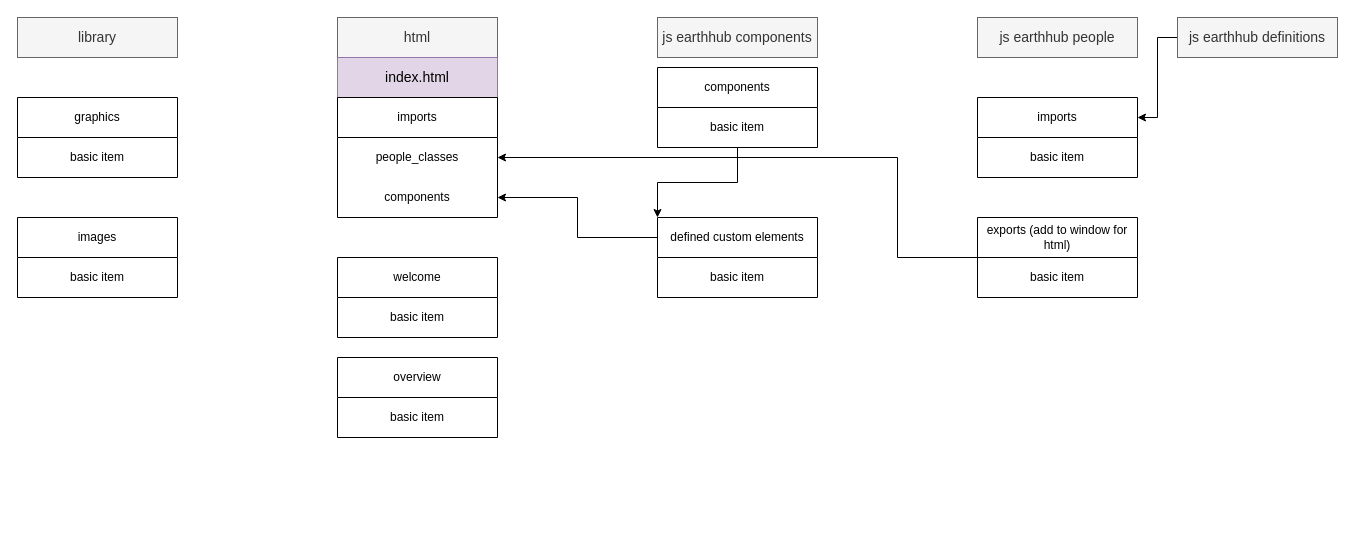
The draw.io diagram earthhub_app.drawio in KasparSoltero/earthhub, before the edit. Source tidied: cells renumbered, new cells numbered last; positions are measured from the earlier drawing's top-left corner, leaving out a move shared by most shapes. Both pictures are drawn from the tidied source at 100%, with x=0, y=0 at pixel (17, 17).
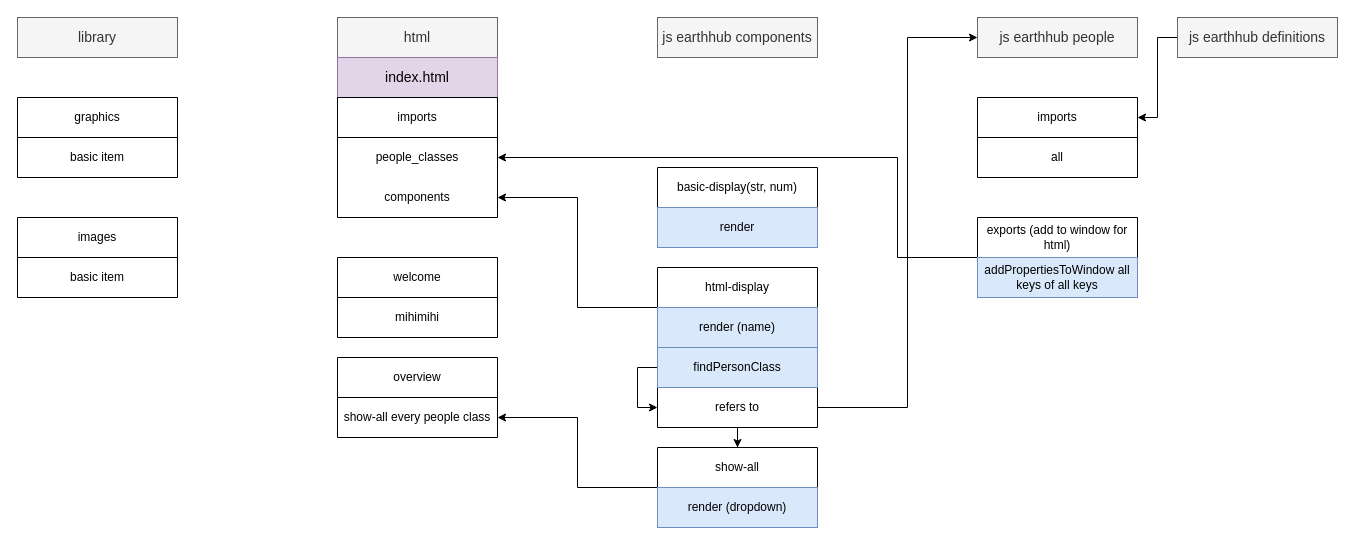
The same diagram, later.

The change refers to these unchanged cells:
```xml
<mxCell id="5" value="js earthhub&amp;nbsp;people" style="text;html=1;align=center;verticalAlign=middle;whiteSpace=wrap;rounded=0;fontSize=14;fontStyle=0;fillColor=#f5f5f5;fontColor=#333333;strokeColor=#666666;" parent="1" vertex="1">
  <mxGeometry x="960" width="160" height="40" as="geometry" />
</mxCell>
<mxCell id="9" value="welcome" style="swimlane;fontStyle=0;horizontal=1;startSize=40;whiteSpace=wrap;html=1;rounded=0;" parent="1" vertex="1">
  <mxGeometry x="320" y="240" width="160" height="80" as="geometry" />
</mxCell>
<mxCell id="11" value="overview" style="swimlane;fontStyle=0;horizontal=1;startSize=40;whiteSpace=wrap;html=1;rounded=0;" parent="1" vertex="1">
  <mxGeometry x="320" y="340" width="160" height="80" as="geometry" />
</mxCell>
<mxCell id="26" value="imports" style="swimlane;fontStyle=0;horizontal=1;startSize=40;whiteSpace=wrap;html=1;rounded=0;" parent="1" vertex="1">
  <mxGeometry x="960" y="80" width="160" height="80" as="geometry" />
</mxCell>
<mxCell id="29" value="exports (add to window for html)" style="swimlane;fontStyle=0;horizontal=1;startSize=40;whiteSpace=wrap;html=1;rounded=0;" parent="1" vertex="1">
  <mxGeometry x="960" y="200" width="160" height="80" as="geometry" />
</mxCell>
```

Diff of the diagram source:
```diff
@@
-    <mxCell id="10" value="basic item" style="text;html=1;strokeColor=none;fillColor=none;align=center;verticalAlign=middle;whiteSpace=wrap;rounded=0;" parent="9" vertex="1">
+    <mxCell id="10" value="mihimihi" style="text;html=1;strokeColor=none;fillColor=none;align=center;verticalAlign=middle;whiteSpace=wrap;rounded=0;" parent="9" vertex="1">
       <mxGeometry y="40" width="160" height="40" as="geometry" />
     </mxCell>
@@
-    <mxCell id="12" value="basic item" style="text;html=1;strokeColor=none;fillColor=none;align=center;verticalAlign=middle;whiteSpace=wrap;rounded=0;" parent="11" vertex="1">
+    <mxCell id="12" value="show-all every people class" style="text;html=1;strokeColor=none;fillColor=none;align=center;verticalAlign=middle;whiteSpace=wrap;rounded=0;" parent="11" vertex="1">
       <mxGeometry y="40" width="160" height="40" as="geometry" />
     </mxCell>
@@
-    <mxCell id="21" style="edgeStyle=orthogonalEdgeStyle;rounded=0;jettySize=auto;html=1;entryX=0;entryY=0;entryDx=0;entryDy=0;" parent="1" edge="1" source="22" target="24">
-      <mxGeometry relative="1" as="geometry" />
-    </mxCell>
-    <mxCell id="22" value="components" style="swimlane;fontStyle=0;horizontal=1;startSize=40;whiteSpace=wrap;html=1;rounded=0;" parent="1" vertex="1">
-      <mxGeometry x="640" y="50" width="160" height="80" as="geometry" />
-    </mxCell>
-    <mxCell id="23" value="basic item" style="text;html=1;strokeColor=none;fillColor=none;align=center;verticalAlign=middle;whiteSpace=wrap;rounded=0;" parent="22" vertex="1">
-      <mxGeometry y="40" width="160" height="40" as="geometry" />
-    </mxCell>
-    <mxCell id="24" value="defined custom elements" style="swimlane;fontStyle=0;horizontal=1;startSize=40;whiteSpace=wrap;html=1;rounded=0;" parent="1" vertex="1">
-      <mxGeometry x="640" y="200" width="160" height="80" as="geometry" />
+    <mxCell id="24" value="html-display" style="swimlane;fontStyle=0;horizontal=1;startSize=40;whiteSpace=wrap;html=1;rounded=0;" parent="1" vertex="1">
+      <mxGeometry x="640" y="250" width="160" height="160" as="geometry" />
     </mxCell>
+    <mxCell id="31" value="render (name)" style="text;html=1;strokeColor=#6c8ebf;fillColor=#dae8fc;align=center;verticalAlign=middle;whiteSpace=wrap;rounded=0;" parent="24" vertex="1">
+      <mxGeometry y="40" width="160" height="40" as="geometry" />
+    </mxCell>
+    <mxCell id="32" style="edgeStyle=orthogonalEdgeStyle;rounded=0;jettySize=auto;html=1;entryX=0;entryY=0.5;entryDx=0;entryDy=0;" parent="24" edge="1" source="33" target="25">
+      <mxGeometry relative="1" as="geometry">
+        <Array as="points">
+          <mxPoint x="-20" y="100" />
+          <mxPoint x="-20" y="140" />
+        </Array>
+      </mxGeometry>
+    </mxCell>
+    <mxCell id="33" value="findPersonClass" style="text;html=1;strokeColor=#6c8ebf;fillColor=#dae8fc;align=center;verticalAlign=middle;whiteSpace=wrap;rounded=0;" parent="24" vertex="1">
+      <mxGeometry y="80" width="160" height="40" as="geometry" />
+    </mxCell>
-    <mxCell id="25" value="basic item" style="text;html=1;strokeColor=none;fillColor=none;align=center;verticalAlign=middle;whiteSpace=wrap;rounded=0;" parent="24" vertex="1">
-      <mxGeometry y="40" width="160" height="40" as="geometry" />
+    <mxCell id="25" value="refers to" style="text;html=1;strokeColor=none;fillColor=none;align=center;verticalAlign=middle;whiteSpace=wrap;rounded=0;" parent="24" vertex="1">
+      <mxGeometry y="120" width="160" height="40" as="geometry" />
     </mxCell>
@@
-    <mxCell id="27" value="basic item" style="text;html=1;strokeColor=none;fillColor=none;align=center;verticalAlign=middle;whiteSpace=wrap;rounded=0;" parent="26" vertex="1">
+    <mxCell id="27" value="all" style="text;html=1;strokeColor=none;fillColor=none;align=center;verticalAlign=middle;whiteSpace=wrap;rounded=0;" parent="26" vertex="1">
       <mxGeometry y="40" width="160" height="40" as="geometry" />
     </mxCell>
@@
-    <mxCell id="30" value="basic item" style="text;html=1;strokeColor=none;fillColor=none;align=center;verticalAlign=middle;whiteSpace=wrap;rounded=0;" parent="29" vertex="1">
+    <mxCell id="30" value="addPropertiesToWindow all keys of all keys" style="text;html=1;strokeColor=#6c8ebf;fillColor=#dae8fc;align=center;verticalAlign=middle;whiteSpace=wrap;rounded=0;" parent="29" vertex="1">
       <mxGeometry y="40" width="160" height="40" as="geometry" />
     </mxCell>
+    <mxCell id="34" value="basic-display(str, num)" style="swimlane;fontStyle=0;horizontal=1;startSize=40;whiteSpace=wrap;html=1;rounded=0;" parent="1" vertex="1">
+      <mxGeometry x="640" y="150" width="160" height="80" as="geometry" />
+    </mxCell>
+    <mxCell id="35" value="render" style="text;html=1;strokeColor=#6c8ebf;fillColor=#dae8fc;align=center;verticalAlign=middle;whiteSpace=wrap;rounded=0;" parent="34" vertex="1">
+      <mxGeometry y="40" width="160" height="40" as="geometry" />
+    </mxCell>
+    <mxCell id="36" style="edgeStyle=orthogonalEdgeStyle;rounded=0;jettySize=auto;html=1;entryX=1;entryY=0.5;entryDx=0;entryDy=0;" parent="1" edge="1" source="37" target="12">
+      <mxGeometry relative="1" as="geometry" />
+    </mxCell>
+    <mxCell id="37" value="show-all" style="swimlane;fontStyle=0;horizontal=1;startSize=40;whiteSpace=wrap;html=1;rounded=0;" parent="1" vertex="1">
+      <mxGeometry x="640" y="430" width="160" height="80" as="geometry" />
+    </mxCell>
+    <mxCell id="38" value="render (dropdown)" style="text;html=1;strokeColor=#6c8ebf;fillColor=#dae8fc;align=center;verticalAlign=middle;whiteSpace=wrap;rounded=0;" parent="37" vertex="1">
+      <mxGeometry y="40" width="160" height="40" as="geometry" />
+    </mxCell>
+    <mxCell id="39" style="edgeStyle=orthogonalEdgeStyle;rounded=0;jettySize=auto;html=1;entryX=0.5;entryY=0;entryDx=0;entryDy=0;" parent="1" edge="1" source="25" target="37">
+      <mxGeometry relative="1" as="geometry" />
+    </mxCell>
+    <mxCell id="40" style="edgeStyle=orthogonalEdgeStyle;rounded=0;jettySize=auto;html=1;entryX=0;entryY=0.5;entryDx=0;entryDy=0;exitX=1;exitY=0.5;exitDx=0;exitDy=0;" parent="1" edge="1" source="25" target="5">
+      <mxGeometry relative="1" as="geometry">
+        <Array as="points">
+          <mxPoint x="890" y="390" />
+          <mxPoint x="890" y="20" />
+        </Array>
+      </mxGeometry>
+    </mxCell>
```
